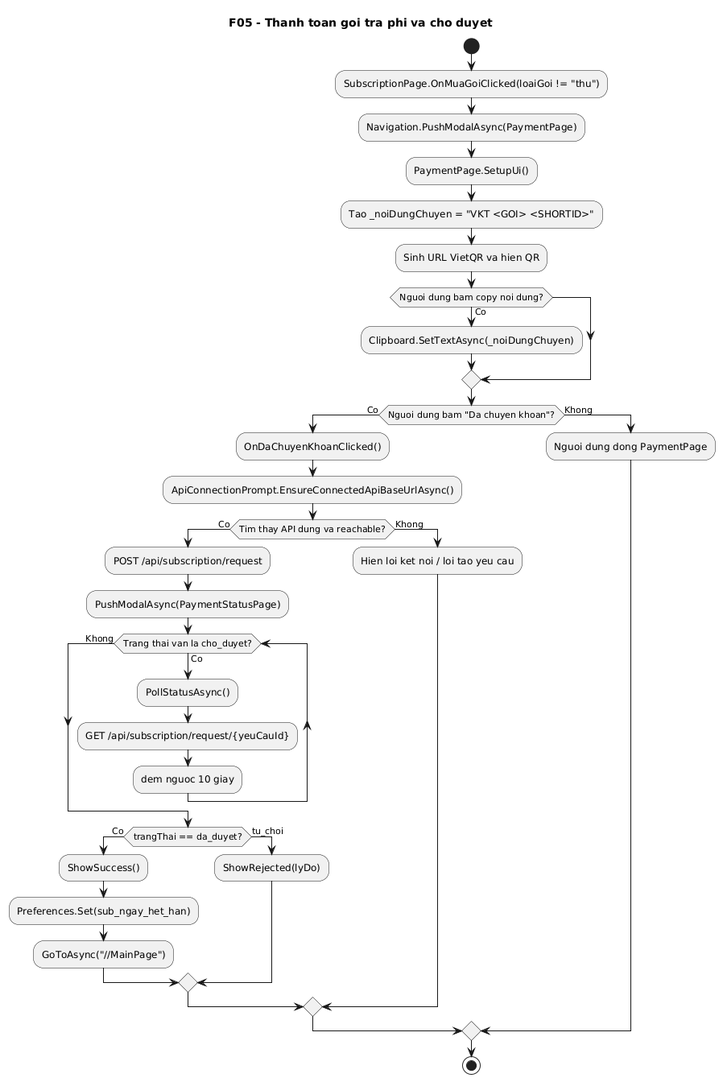
This is docs/diagrams/png/05-paid-plan-activity.png from VoBao182/PhoAmThuc, a PlantUML export, as it was before one commit. Its diagram source:
```plantuml
@startuml
title F05 - Thanh toan goi tra phi va cho duyet
start
:SubscriptionPage.OnMuaGoiClicked(loaiGoi != "thu");
:Navigation.PushModalAsync(PaymentPage);
:PaymentPage.SetupUi();
:Tao _noiDungChuyen = "VKT <GOI> <SHORTID>";
:Sinh URL VietQR va hien QR;

if (Nguoi dung bam copy noi dung?) then (Co)
  :Clipboard.SetTextAsync(_noiDungChuyen);
endif

if (Nguoi dung bam "Da chuyen khoan"?) then (Co)
  :OnDaChuyenKhoanClicked();
  :ApiConnectionPrompt.EnsureConnectedApiBaseUrlAsync();
  if (Tim thay API dung va reachable?) then (Co)
    :POST /api/subscription/request;
    :PushModalAsync(PaymentStatusPage);
    while (Trang thai van la cho_duyet?) is (Co)
      :PollStatusAsync();
      :GET /api/subscription/request/{yeuCauId};
      :dem nguoc 10 giay;
    endwhile (Khong)

    if (trangThai == da_duyet?) then (Co)
      :ShowSuccess();
      :Preferences.Set(sub_ngay_het_han);
      :GoToAsync("//MainPage");
    else (tu_choi)
      :ShowRejected(lyDo);
    endif
  else (Khong)
    :Hien loi ket noi / loi tao yeu cau;
  endif
else (Khong)
  :Nguoi dung dong PaymentPage;
endif
stop
@enduml
```
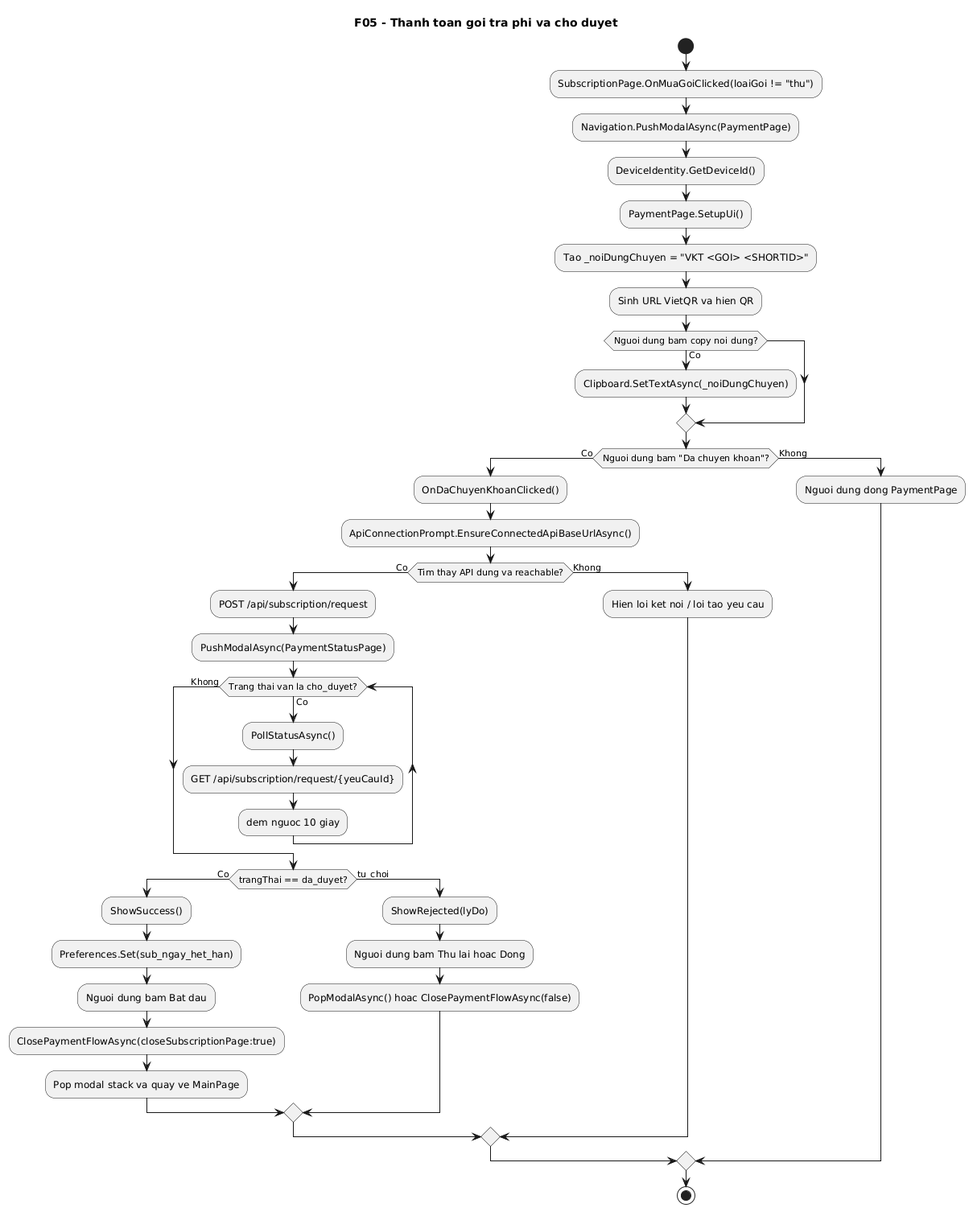
After the commit.

Change to the diagram source:
```diff
@@ -3,6 +3,7 @@
 start
 :SubscriptionPage.OnMuaGoiClicked(loaiGoi != "thu");
 :Navigation.PushModalAsync(PaymentPage);
+:DeviceIdentity.GetDeviceId();
 :PaymentPage.SetupUi();
 :Tao _noiDungChuyen = "VKT <GOI> <SHORTID>";
 :Sinh URL VietQR va hien QR;
@@ -26,9 +27,13 @@
     if (trangThai == da_duyet?) then (Co)
       :ShowSuccess();
       :Preferences.Set(sub_ngay_het_han);
-      :GoToAsync("//MainPage");
+      :Nguoi dung bam Bat dau;
+      :ClosePaymentFlowAsync(closeSubscriptionPage:true);
+      :Pop modal stack va quay ve MainPage;
     else (tu_choi)
       :ShowRejected(lyDo);
+      :Nguoi dung bam Thu lai hoac Dong;
+      :PopModalAsync() hoac ClosePaymentFlowAsync(false);
     endif
   else (Khong)
     :Hien loi ket noi / loi tao yeu cau;
```
